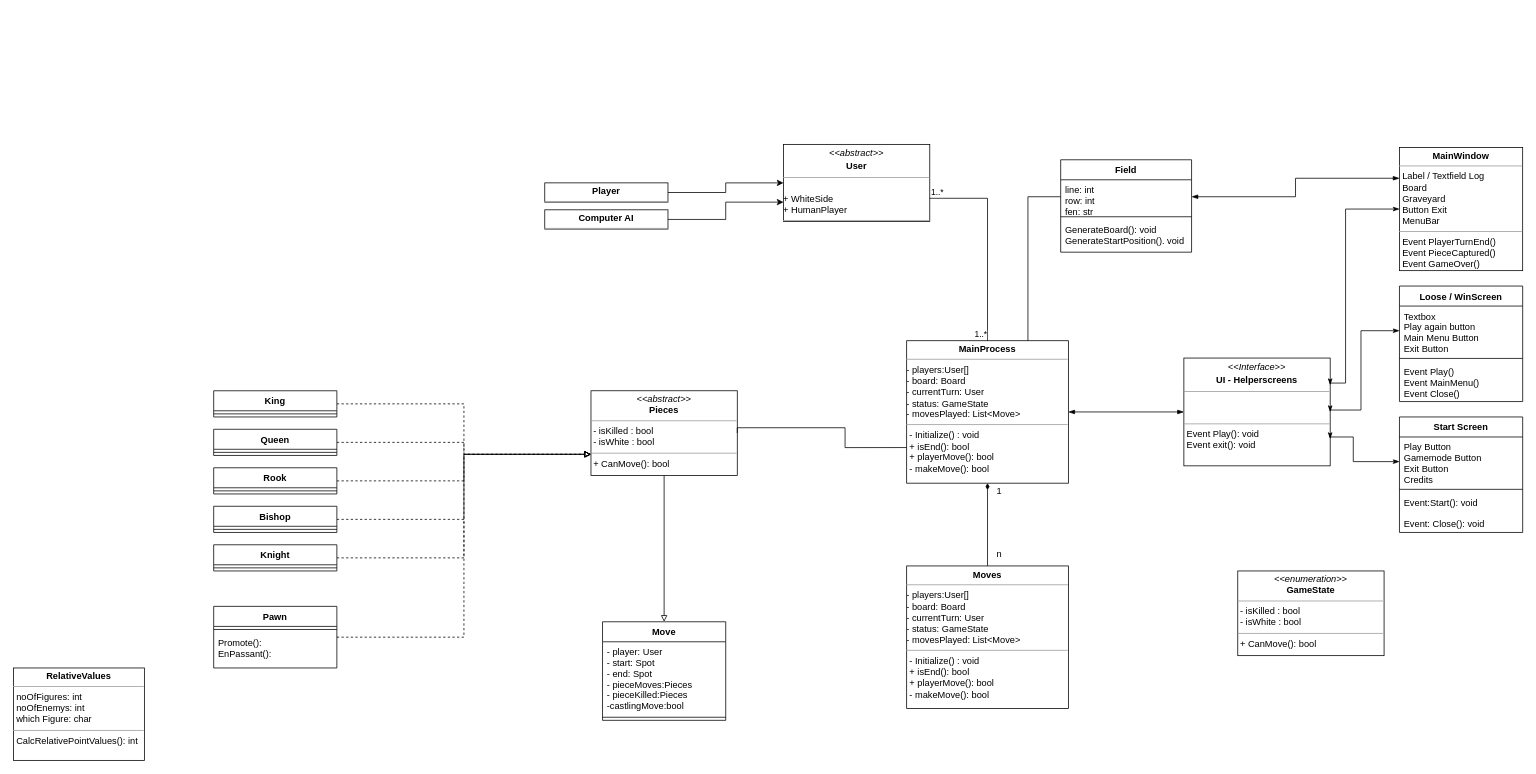
The draw.io diagram Docs/Unbenanntes Diagramm.drawio in Bl8nk20/Chess, before the edit. Source tidied: cells renumbered, new cells numbered last; positions are measured from the earlier drawing's top-left corner, leaving out a move shared by most shapes. Both pictures are drawn from the tidied source at 77%, with x=0, y=0 at pixel (13, 144).
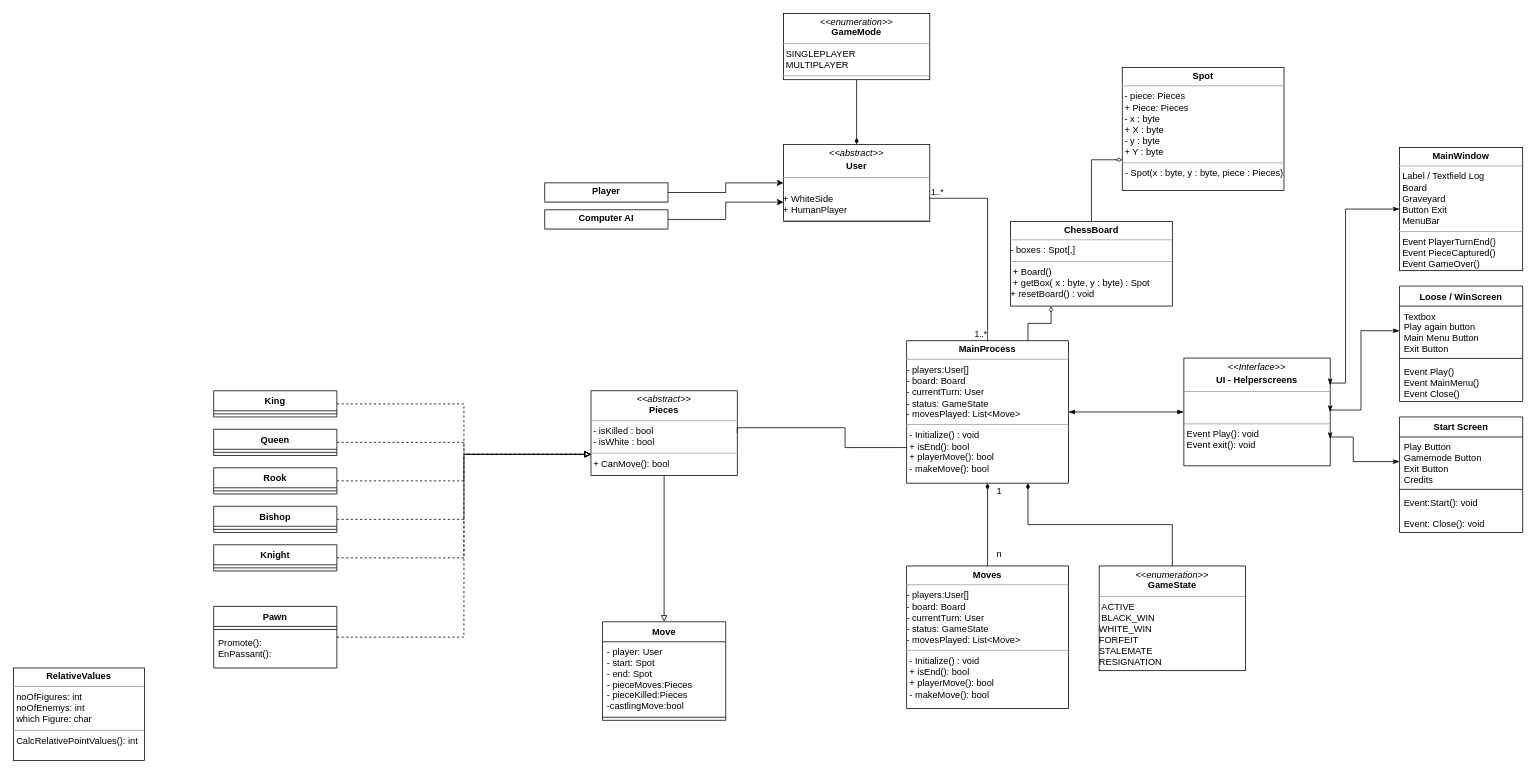
The same diagram, later.

Unchanged cells that the change refers to:
```xml
<mxCell id="3" value="&lt;p style=&quot;margin:0px;margin-top:4px;text-align:center;&quot;&gt;&lt;b&gt;MainProcess&lt;/b&gt;&lt;br&gt;&lt;/p&gt;&lt;hr size=&quot;1&quot;&gt;&lt;div&gt;- players:User[]&lt;/div&gt;&lt;div&gt;- board: Board&lt;/div&gt;&lt;div&gt;- currentTurn: User&lt;/div&gt;&lt;div&gt;- status: GameState&lt;/div&gt;&lt;div&gt;- movesPlayed: List&amp;lt;Move&amp;gt;&lt;br&gt;&lt;/div&gt;&lt;hr size=&quot;1&quot;&gt;&lt;p style=&quot;margin:0px;margin-left:4px;&quot;&gt;- Initialize() : void&lt;/p&gt;&lt;p style=&quot;margin:0px;margin-left:4px;&quot;&gt;+ isEnd(): bool&lt;/p&gt;&lt;p style=&quot;margin:0px;margin-left:4px;&quot;&gt;+ playerMove(): bool&lt;/p&gt;&lt;p style=&quot;margin:0px;margin-left:4px;&quot;&gt;- makeMove(): bool&lt;/p&gt;&lt;p style=&quot;margin:0px;margin-left:4px;&quot;&gt;&lt;br&gt;&lt;/p&gt;" style="verticalAlign=top;align=left;overflow=fill;fontSize=12;fontFamily=Helvetica;html=1;" parent="1" vertex="1">
  <mxGeometry x="1160" y="255" width="210" height="185" as="geometry" />
</mxCell>
<mxCell id="32" value="&lt;p style=&quot;margin:0px;margin-top:4px;text-align:center;&quot;&gt;&lt;i&gt;&amp;lt;&amp;lt;abstract&amp;gt;&amp;gt;&lt;/i&gt;&lt;b&gt;&lt;br&gt;&lt;/b&gt;&lt;/p&gt;&lt;p style=&quot;margin:0px;margin-top:4px;text-align:center;&quot;&gt;&lt;b&gt;User&lt;/b&gt;&lt;/p&gt;&lt;hr size=&quot;1&quot;&gt;&lt;br&gt;&lt;b&gt;&lt;/b&gt;&lt;div&gt;+ WhiteSide&lt;/div&gt;&lt;div&gt;+ HumanPlayer&lt;/div&gt;&lt;hr size=&quot;1&quot;&gt;" style="verticalAlign=top;align=left;overflow=fill;fontSize=12;fontFamily=Helvetica;html=1;" parent="1" vertex="1">
  <mxGeometry x="1000" width="190" height="100" as="geometry" />
</mxCell>
<mxCell id="40" value="&lt;p style=&quot;margin:0px;margin-top:4px;text-align:center;&quot;&gt;&lt;b&gt;MainWindow&lt;/b&gt;&lt;/p&gt;&lt;hr size=&quot;1&quot;&gt;&lt;p style=&quot;margin:0px;margin-left:4px;&quot;&gt;Label / Textfield Log&lt;/p&gt;&lt;p style=&quot;margin:0px;margin-left:4px;&quot;&gt;Board&lt;/p&gt;&lt;p style=&quot;margin:0px;margin-left:4px;&quot;&gt;Graveyard&lt;/p&gt;&lt;p style=&quot;margin:0px;margin-left:4px;&quot;&gt;Button Exit&lt;/p&gt;&lt;p style=&quot;margin:0px;margin-left:4px;&quot;&gt;MenuBar&lt;br&gt;&lt;/p&gt;&lt;hr size=&quot;1&quot;&gt;&lt;p style=&quot;margin:0px;margin-left:4px;&quot;&gt;Event PlayerTurnEnd()&lt;/p&gt;&lt;p style=&quot;margin:0px;margin-left:4px;&quot;&gt;Event PieceCaptured()&lt;/p&gt;&lt;p style=&quot;margin:0px;margin-left:4px;&quot;&gt;Event GameOver()&lt;br&gt;&lt;/p&gt;&lt;p style=&quot;margin:0px;margin-left:4px;&quot;&gt;&lt;br&gt;&lt;/p&gt;" style="verticalAlign=top;align=left;overflow=fill;fontSize=12;fontFamily=Helvetica;html=1;" parent="1" vertex="1">
  <mxGeometry x="1800" y="4" width="160" height="160" as="geometry" />
</mxCell>
```

The edit, as a diff of the source:
```diff
@@
+    <mxCell id="63" style="edgeStyle=orthogonalEdgeStyle;rounded=0;jettySize=auto;html=1;exitX=0.75;exitY=1;exitDx=0;exitDy=0;entryX=0.5;entryY=0;entryDx=0;entryDy=0;startArrow=diamondThin;startFill=1;endArrow=none;endFill=0;" parent="1" edge="1" source="3" target="60">
+      <mxGeometry relative="1" as="geometry" />
+    </mxCell>
@@
-    <mxCell id="28" value="Field" style="swimlane;fontStyle=1;align=center;verticalAlign=top;horizontal=1;startSize=26;" parent="1" vertex="1">
-      <mxGeometry x="1360" y="20" width="170" height="120" as="geometry" />
-    </mxCell>
-    <mxCell id="29" value="line: int&#10;row: int&#10;fen: str&#10;" style="text;strokeColor=none;fillColor=none;align=left;verticalAlign=top;spacingLeft=4;spacingRight=4;overflow=hidden;points=[[0,0.5],[1,0.5]];portConstraint=eastwest;" parent="28" vertex="1">
-      <mxGeometry y="26" width="170" height="44" as="geometry" />
-    </mxCell>
-    <mxCell id="30" style="line;strokeWidth=1;fillColor=none;align=left;verticalAlign=middle;spacingTop=-1;spacingLeft=3;spacingRight=3;labelPosition=right;strokeColor=inherit;" parent="28" vertex="1">
-      <mxGeometry y="70" width="170" height="8" as="geometry" />
-    </mxCell>
-    <mxCell id="31" value="GenerateBoard(): void&#10;GenerateStartPosition(). void&#10;" style="text;strokeColor=none;fillColor=none;align=left;verticalAlign=top;spacingLeft=4;spacingRight=4;overflow=hidden;" parent="28" vertex="1">
-      <mxGeometry y="78" width="170" height="42" as="geometry" />
-    </mxCell>
+    <mxCell id="64" style="edgeStyle=orthogonalEdgeStyle;rounded=0;jettySize=auto;html=1;exitX=0.5;exitY=0;exitDx=0;exitDy=0;entryX=0.5;entryY=1;entryDx=0;entryDy=0;startArrow=diamondThin;startFill=1;endArrow=none;endFill=0;" parent="1" edge="1" source="32" target="69">
+      <mxGeometry relative="1" as="geometry" />
+    </mxCell>
@@
-    <mxCell id="49" style="edgeStyle=orthogonalEdgeStyle;rounded=0;jettySize=auto;html=1;exitX=0;exitY=0.5;exitDx=0;exitDy=0;entryX=0.75;entryY=0;entryDx=0;entryDy=0;strokeColor=#000000;endArrow=none;endFill=0;" parent="1" edge="1" source="29" target="3">
-      <mxGeometry relative="1" as="geometry" />
-    </mxCell>
@@
-    <mxCell id="58" style="edgeStyle=orthogonalEdgeStyle;rounded=0;jettySize=auto;html=1;exitX=1;exitY=0.5;exitDx=0;exitDy=0;entryX=0;entryY=0.25;entryDx=0;entryDy=0;strokeColor=#000000;startArrow=blockThin;startFill=1;endArrow=blockThin;endFill=1;" parent="1" edge="1" source="29" target="40">
-      <mxGeometry relative="1" as="geometry" />
-    </mxCell>
@@
-    <mxCell id="60" value="&lt;p style=&quot;margin:0px;margin-top:4px;text-align:center;&quot;&gt;&lt;i&gt;&amp;lt;&amp;lt;enumeration&amp;gt;&amp;gt;&lt;/i&gt;&lt;br&gt;&lt;b&gt;GameState&lt;/b&gt;&lt;br&gt;&lt;/p&gt;&lt;hr size=&quot;1&quot;&gt;&lt;div&gt;&amp;nbsp;- isKilled : bool&lt;br&gt;&lt;/div&gt;&lt;div&gt;&amp;nbsp;- isWhite : bool&lt;br&gt;&lt;/div&gt;&lt;hr size=&quot;1&quot;&gt;&lt;div&gt;&amp;nbsp;+ CanMove(): bool&lt;br&gt;&lt;/div&gt;" style="verticalAlign=top;align=left;overflow=fill;fontSize=12;fontFamily=Helvetica;html=1;" parent="1" vertex="1">
-      <mxGeometry x="1590" y="554" width="190" height="110" as="geometry" />
+    <mxCell id="60" value="&lt;p style=&quot;margin:0px;margin-top:4px;text-align:center;&quot;&gt;&lt;i&gt;&amp;lt;&amp;lt;enumeration&amp;gt;&amp;gt;&lt;/i&gt;&lt;br&gt;&lt;b&gt;GameState&lt;/b&gt;&lt;br&gt;&lt;/p&gt;&lt;hr size=&quot;1&quot;&gt;&amp;nbsp;ACTIVE&lt;div&gt;&amp;nbsp;BLACK_WIN&lt;/div&gt;&lt;div&gt;WHITE_WIN&lt;/div&gt;&lt;div&gt;FORFEIT&lt;/div&gt;&lt;div&gt;STALEMATE&lt;/div&gt;&lt;div&gt;RESIGNATION&lt;br&gt;&lt;/div&gt;&lt;hr size=&quot;1&quot;&gt;&lt;div&gt;&lt;br&gt;&lt;/div&gt;" style="verticalAlign=top;align=left;overflow=fill;fontSize=12;fontFamily=Helvetica;html=1;" parent="1" vertex="1">
+      <mxGeometry x="1410" y="547.5" width="190" height="136" as="geometry" />
     </mxCell>
@@
+    <mxCell id="65" style="edgeStyle=orthogonalEdgeStyle;rounded=0;jettySize=auto;html=1;exitX=0;exitY=0.75;exitDx=0;exitDy=0;entryX=0.5;entryY=0;entryDx=0;entryDy=0;startArrow=diamondThin;startFill=0;endArrow=none;endFill=0;" parent="1" edge="1" source="66" target="68">
+      <mxGeometry relative="1" as="geometry" />
+    </mxCell>
+    <mxCell id="66" value="&lt;p style=&quot;margin:0px;margin-top:4px;text-align:center;&quot;&gt;&lt;b&gt;Spot&lt;/b&gt;&lt;br&gt;&lt;/p&gt;&lt;hr size=&quot;1&quot;&gt;&lt;div&gt;&amp;nbsp;- piece: Pieces&lt;/div&gt;&lt;div&gt;&amp;nbsp;+ Piece: Pieces&lt;/div&gt;&lt;div&gt;&amp;nbsp;- x : byte&lt;br&gt;&lt;/div&gt;&lt;div&gt;&amp;nbsp;+ X : byte&lt;/div&gt;&lt;div&gt;&lt;div&gt;&amp;nbsp;- y : byte&lt;br&gt;&lt;/div&gt;&lt;div&gt;&amp;nbsp;+ Y : byte&lt;/div&gt;&lt;/div&gt;&lt;hr size=&quot;1&quot;&gt;&lt;p style=&quot;margin:0px;margin-left:4px;&quot;&gt;- Spot(x : byte, y : byte, piece : Pieces):&lt;br&gt;&lt;/p&gt;&lt;p style=&quot;margin:0px;margin-left:4px;&quot;&gt;&lt;br&gt;&lt;/p&gt;" style="verticalAlign=top;align=left;overflow=fill;fontSize=12;fontFamily=Helvetica;html=1;" parent="1" vertex="1">
+      <mxGeometry x="1440" y="-100" width="210" height="160" as="geometry" />
+    </mxCell>
+    <mxCell id="67" style="edgeStyle=orthogonalEdgeStyle;rounded=0;jettySize=auto;html=1;exitX=0.25;exitY=1;exitDx=0;exitDy=0;entryX=0.75;entryY=0;entryDx=0;entryDy=0;startArrow=diamondThin;startFill=0;endArrow=none;endFill=0;" parent="1" edge="1" source="68" target="3">
+      <mxGeometry relative="1" as="geometry" />
+    </mxCell>
+    <mxCell id="68" value="&lt;p style=&quot;margin:0px;margin-top:4px;text-align:center;&quot;&gt;&lt;b&gt;ChessBoard&lt;/b&gt;&lt;br&gt;&lt;/p&gt;&lt;hr size=&quot;1&quot;&gt;&lt;div&gt;- boxes : Spot[,]&lt;br&gt;&lt;/div&gt;&lt;hr size=&quot;1&quot;&gt;&lt;div&gt;&amp;nbsp;+ Board()&lt;/div&gt;&lt;div&gt;&amp;nbsp;+ getBox( x : byte, y : byte) : Spot&lt;/div&gt;&lt;div&gt;+ resetBoard() : void&lt;/div&gt;&lt;div&gt;&lt;br&gt; &lt;/div&gt;" style="verticalAlign=top;align=left;overflow=fill;fontSize=12;fontFamily=Helvetica;html=1;" parent="1" vertex="1">
+      <mxGeometry x="1295" y="100" width="210" height="110" as="geometry" />
+    </mxCell>
+    <mxCell id="69" value="&lt;p style=&quot;margin:0px;margin-top:4px;text-align:center;&quot;&gt;&lt;i&gt;&amp;lt;&amp;lt;enumeration&amp;gt;&amp;gt;&lt;/i&gt;&lt;br&gt;&lt;b&gt;GameMode&lt;/b&gt;&lt;br&gt;&lt;/p&gt;&lt;hr size=&quot;1&quot;&gt;&lt;div&gt;&amp;nbsp;SINGLEPLAYER&lt;/div&gt;&lt;div&gt;&amp;nbsp;MULTIPLAYER&lt;br&gt;&lt;/div&gt;&lt;hr size=&quot;1&quot;&gt;&lt;div&gt;&lt;br&gt;&lt;/div&gt;" style="verticalAlign=top;align=left;overflow=fill;fontSize=12;fontFamily=Helvetica;html=1;" parent="1" vertex="1">
+      <mxGeometry x="1000" y="-170" width="190" height="86" as="geometry" />
+    </mxCell>
```
